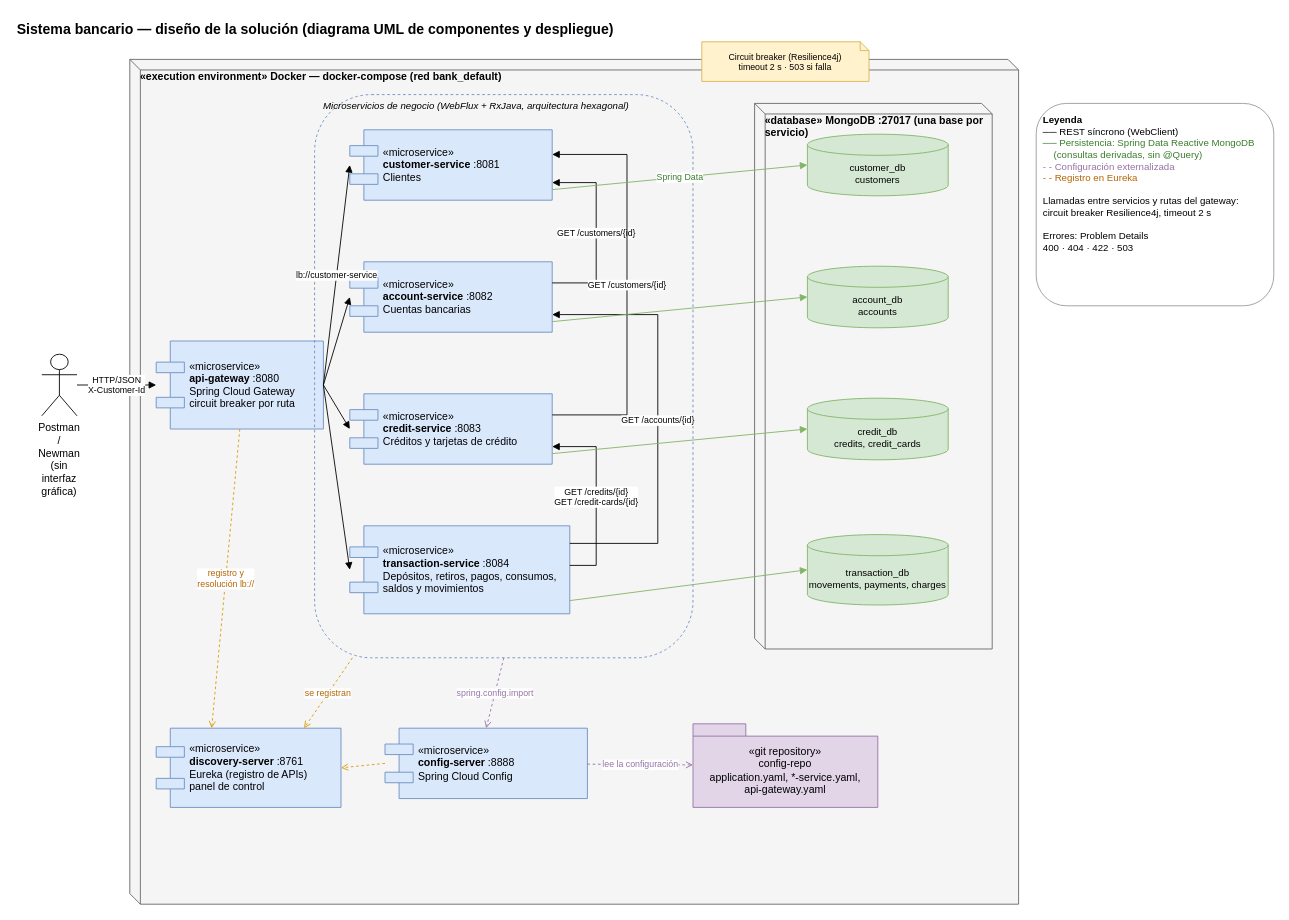
kuroxbyte/bootcamp-bank-project-docs keeps this draw.io diagram as docs/diagrams/solution-design.drawio. Above is the earlier version. Source tidied: cells renumbered, new cells numbered last; positions are measured from the earlier drawing's top-left corner, leaving out a move shared by most shapes. Both pictures are drawn from the tidied source at 88%, with x=0, y=0 at pixel (15, 15).
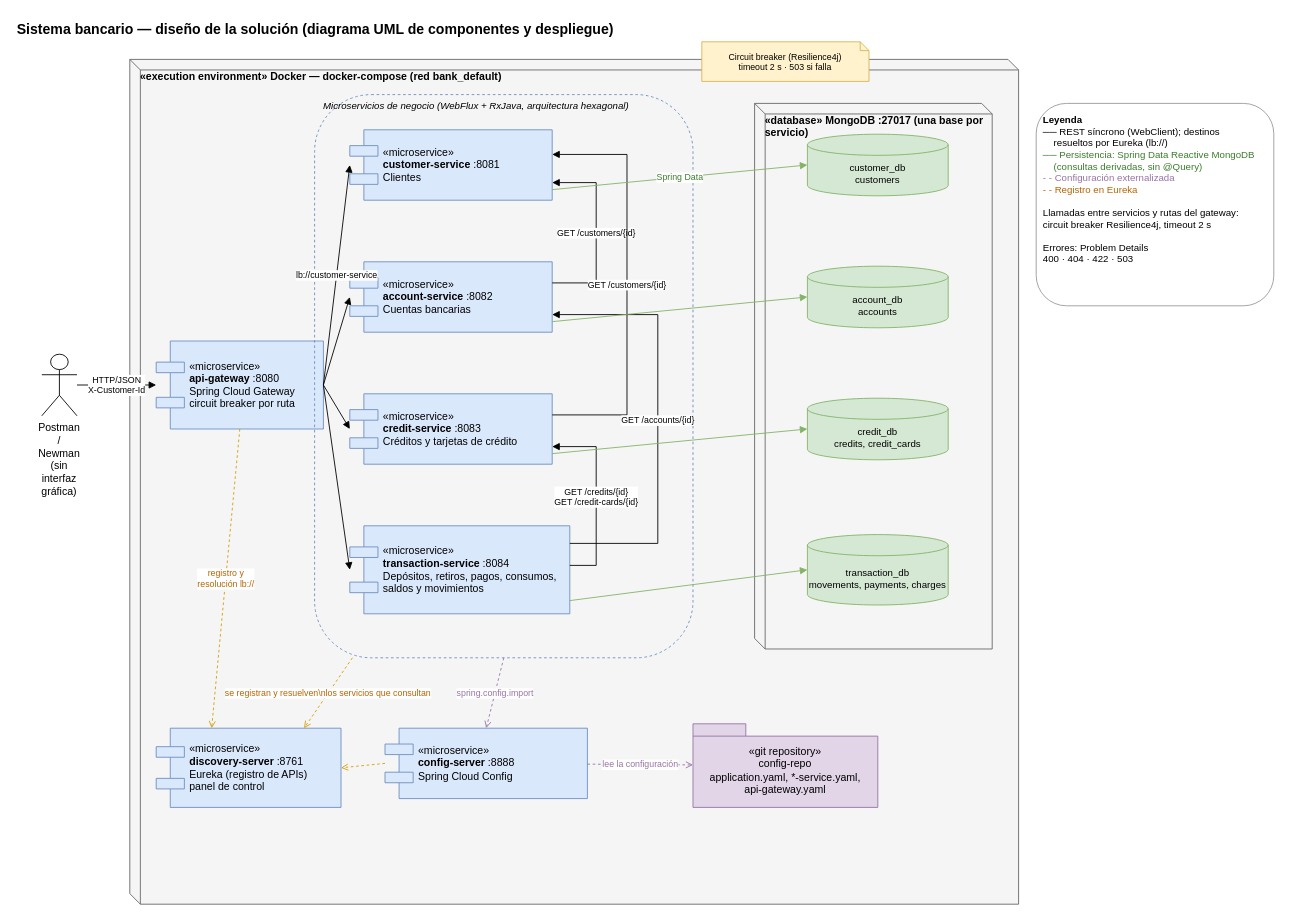
After the change.

Commit message (it also covers changes not shown here):
feat: resolver las llamadas entre servicios por Eureka en docker-compose

Unchanged cells that the change refers to:
```xml
<mxCell id="5" value="Microservicios de negocio (WebFlux + RxJava, arquitectura hexagonal)" style="rounded=1;dashed=1;fillColor=none;strokeColor=#6c8ebf;verticalAlign=top;align=left;spacingLeft=8;fontSize=11;fontStyle=2;html=1;whiteSpace=wrap;" parent="1" vertex="1">
  <mxGeometry x="340" y="90" width="430" height="640" as="geometry" />
</mxCell>
<mxCell id="15" value="«microservice»&lt;br&gt;&lt;b&gt;discovery-server&lt;/b&gt; :8761&lt;br&gt;Eureka (registro de APIs)&lt;br&gt;panel de control" style="shape=component;align=left;spacingLeft=36;html=1;whiteSpace=wrap;fillColor=#dae8fc;strokeColor=#6c8ebf;fontSize=12;" parent="1" vertex="1">
  <mxGeometry x="160" y="810" width="210" height="90" as="geometry" />
</mxCell>
```

Change to the diagram source:
```diff
@@
-    <mxCell id="35" value="se registran" style="endArrow=open;dashed=1;html=1;rounded=0;fontSize=10;strokeColor=#d79b00;fontColor=#b46504;labelBackgroundColor=#ffffff;exitX=0.1;exitY=1;entryX=0.8;entryY=0;" parent="1" edge="1" source="5" target="15">
+    <mxCell id="35" value="se registran y resuelven\nlos servicios que consultan" style="endArrow=open;dashed=1;html=1;rounded=0;fontSize=10;strokeColor=#d79b00;fontColor=#b46504;labelBackgroundColor=#ffffff;exitX=0.1;exitY=1;entryX=0.8;entryY=0;" parent="1" edge="1" source="5" target="15">
       <mxGeometry relative="1" as="geometry" />
     </mxCell>
@@
-    <mxCell id="38" value="&lt;b&gt;Leyenda&lt;/b&gt;&lt;br&gt;── REST síncrono (WebClient)&lt;br&gt;&lt;font color='#3a7d2c'&gt;── Persistencia: Spring Data Reactive MongoDB&lt;br&gt;&amp;nbsp;&amp;nbsp;&amp;nbsp;&amp;nbsp;(consultas derivadas, sin @Query)&lt;/font&gt;&lt;br&gt;&lt;font color='#9673a6'&gt;- - Configuración externalizada&lt;/font&gt;&lt;br&gt;&lt;font color='#b46504'&gt;- - Registro en Eureka&lt;/font&gt;&lt;br&gt;&lt;br&gt;Llamadas entre servicios y rutas del gateway:&lt;br&gt;circuit breaker Resilience4j, timeout 2 s&lt;br&gt;&lt;br&gt;Errores: Problem Details&lt;br&gt;400 · 404 · 422 · 503" style="text;html=1;align=left;verticalAlign=top;whiteSpace=wrap;rounded=1;strokeColor=#999999;fillColor=#ffffff;spacing=8;fontSize=11;" parent="1" vertex="1">
+    <mxCell id="38" value="&lt;b&gt;Leyenda&lt;/b&gt;&lt;br&gt;── REST síncrono (WebClient); destinos&lt;br&gt;&amp;nbsp;&amp;nbsp;&amp;nbsp;&amp;nbsp;resueltos por Eureka (lb://)&lt;br&gt;&lt;font color='#3a7d2c'&gt;── Persistencia: Spring Data Reactive MongoDB&lt;br&gt;&amp;nbsp;&amp;nbsp;&amp;nbsp;&amp;nbsp;(consultas derivadas, sin @Query)&lt;/font&gt;&lt;br&gt;&lt;font color='#9673a6'&gt;- - Configuración externalizada&lt;/font&gt;&lt;br&gt;&lt;font color='#b46504'&gt;- - Registro en Eureka&lt;/font&gt;&lt;br&gt;&lt;br&gt;Llamadas entre servicios y rutas del gateway:&lt;br&gt;circuit breaker Resilience4j, timeout 2 s&lt;br&gt;&lt;br&gt;Errores: Problem Details&lt;br&gt;400 · 404 · 422 · 503" style="text;html=1;align=left;verticalAlign=top;whiteSpace=wrap;rounded=1;strokeColor=#999999;fillColor=#ffffff;spacing=8;fontSize=11;" parent="1" vertex="1">
       <mxGeometry x="1160" y="100" width="270" height="230" as="geometry" />
     </mxCell>
```
